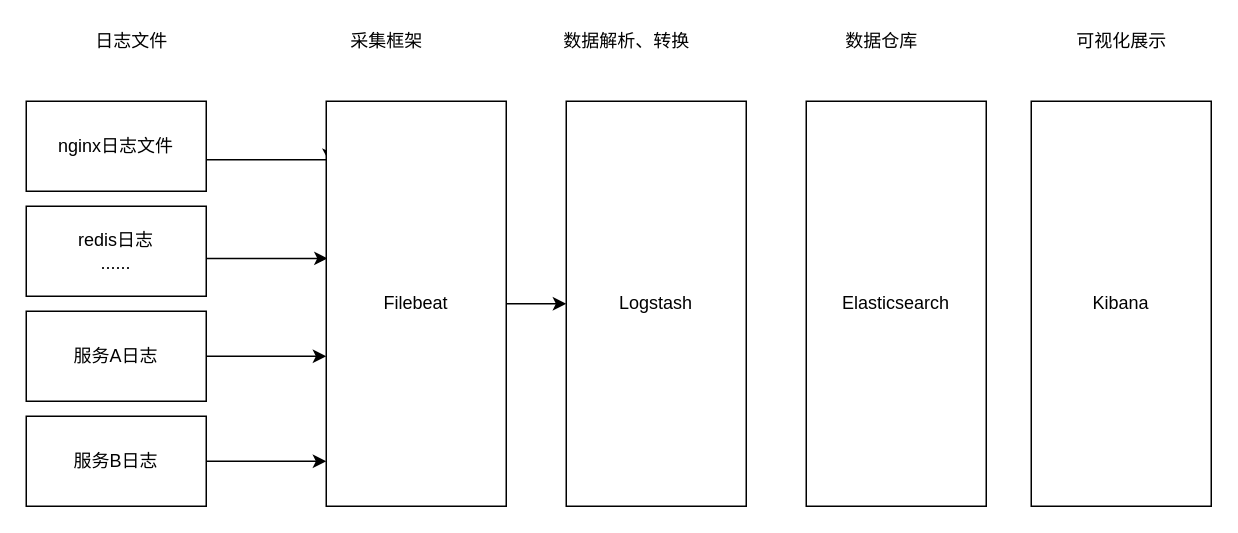
Earlier version of the draw.io diagram ELK流程图.drawio (wulilinghan/ling-notebook). Source tidied: cells renumbered, new cells numbered last; positions are measured from the earlier drawing's top-left corner, leaving out a move shared by most shapes. Both pictures are drawn from the tidied source at 150%, with x=0, y=0 at pixel (26, 26).
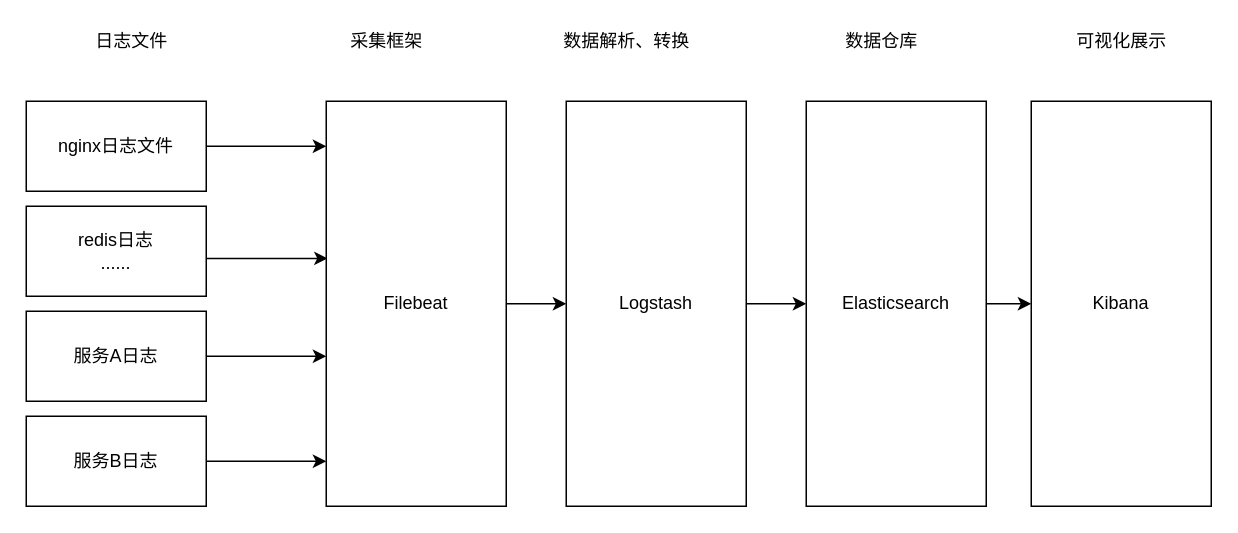
The same page after the edit.

Commit message (it also covers changes not shown here):
更新ELK流程图.drawio

The change refers to these unchanged cells:
```xml
<mxCell id="3" value="nginx日志文件" style="whiteSpace=wrap;html=1;" parent="1" vertex="1">
  <mxGeometry y="50" width="120" height="60" as="geometry" />
</mxCell>
<mxCell id="11" value="Filebeat" style="whiteSpace=wrap;html=1;" parent="1" vertex="1">
  <mxGeometry x="200" y="50" width="120" height="270" as="geometry" />
</mxCell>
<mxCell id="12" value="Logstash" style="rounded=0;whiteSpace=wrap;html=1;" parent="1" vertex="1">
  <mxGeometry x="360" y="50" width="120" height="270" as="geometry" />
</mxCell>
<mxCell id="13" value="Elasticsearch" style="rounded=0;whiteSpace=wrap;html=1;" parent="1" vertex="1">
  <mxGeometry x="520" y="50" width="120" height="270" as="geometry" />
</mxCell>
<mxCell id="14" value="Kibana" style="rounded=0;whiteSpace=wrap;html=1;" parent="1" vertex="1">
  <mxGeometry x="670" y="50" width="120" height="270" as="geometry" />
</mxCell>
```

Change to the diagram source:
```diff
@@
-    <mxCell id="2" style="edgeStyle=orthogonalEdgeStyle;rounded=0;jettySize=auto;html=1;entryX=0.017;entryY=0.15;entryDx=0;entryDy=0;entryPerimeter=0;exitX=1;exitY=0.5;exitDx=0;exitDy=0;" parent="1" edge="1" source="3" target="11">
-      <mxGeometry relative="1" as="geometry">
-        <Array as="points">
-          <mxPoint x="120" y="89" />
-        </Array>
-      </mxGeometry>
+    <mxCell id="2" style="edgeStyle=orthogonalEdgeStyle;rounded=0;jettySize=auto;html=1;entryX=0;entryY=0.111;entryDx=0;entryDy=0;entryPerimeter=0;" parent="1" edge="1" source="3" target="11">
+      <mxGeometry relative="1" as="geometry" />
     </mxCell>
@@
+    <mxCell id="20" style="edgeStyle=orthogonalEdgeStyle;rounded=0;jettySize=auto;html=1;entryX=0;entryY=0.5;entryDx=0;entryDy=0;" parent="1" edge="1" source="12" target="13">
+      <mxGeometry relative="1" as="geometry" />
+    </mxCell>
@@
+    <mxCell id="21" style="edgeStyle=orthogonalEdgeStyle;rounded=0;jettySize=auto;html=1;entryX=0;entryY=0.5;entryDx=0;entryDy=0;" parent="1" edge="1" source="13" target="14">
+      <mxGeometry relative="1" as="geometry" />
+    </mxCell>
```
